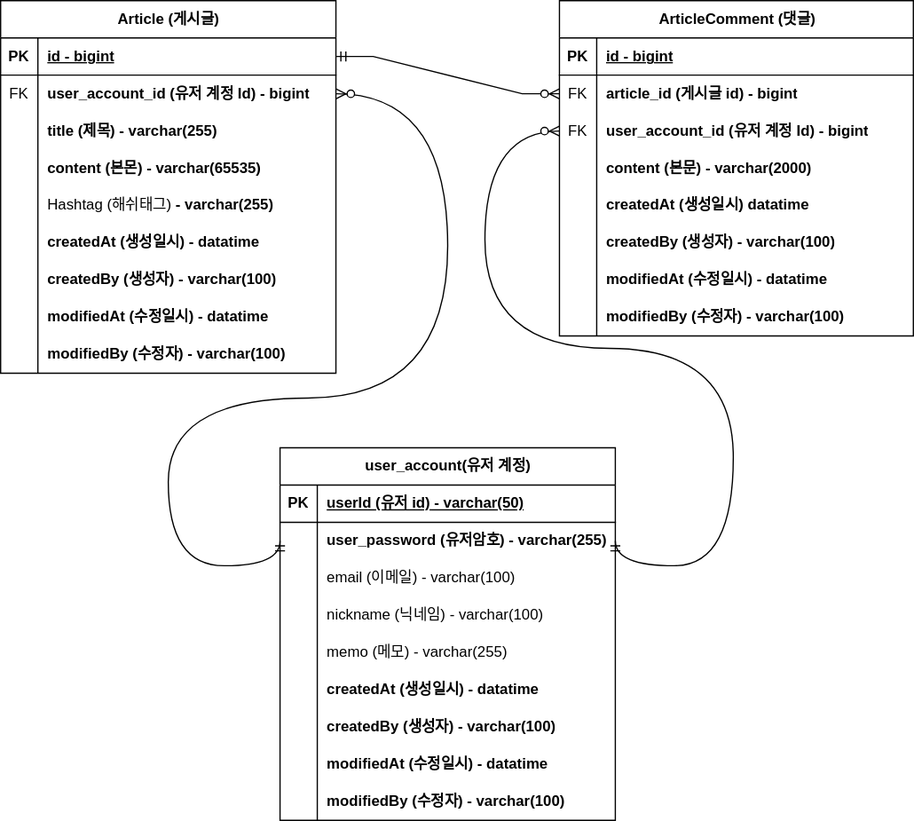
Earlier version of the draw.io export document/project-board-erd.svg (sungin95/fastcampus-project-board). Source tidied: cells renumbered, new cells last; positions are measured from the earlier drawing's top-left corner, leaving out a move shared by most shapes.
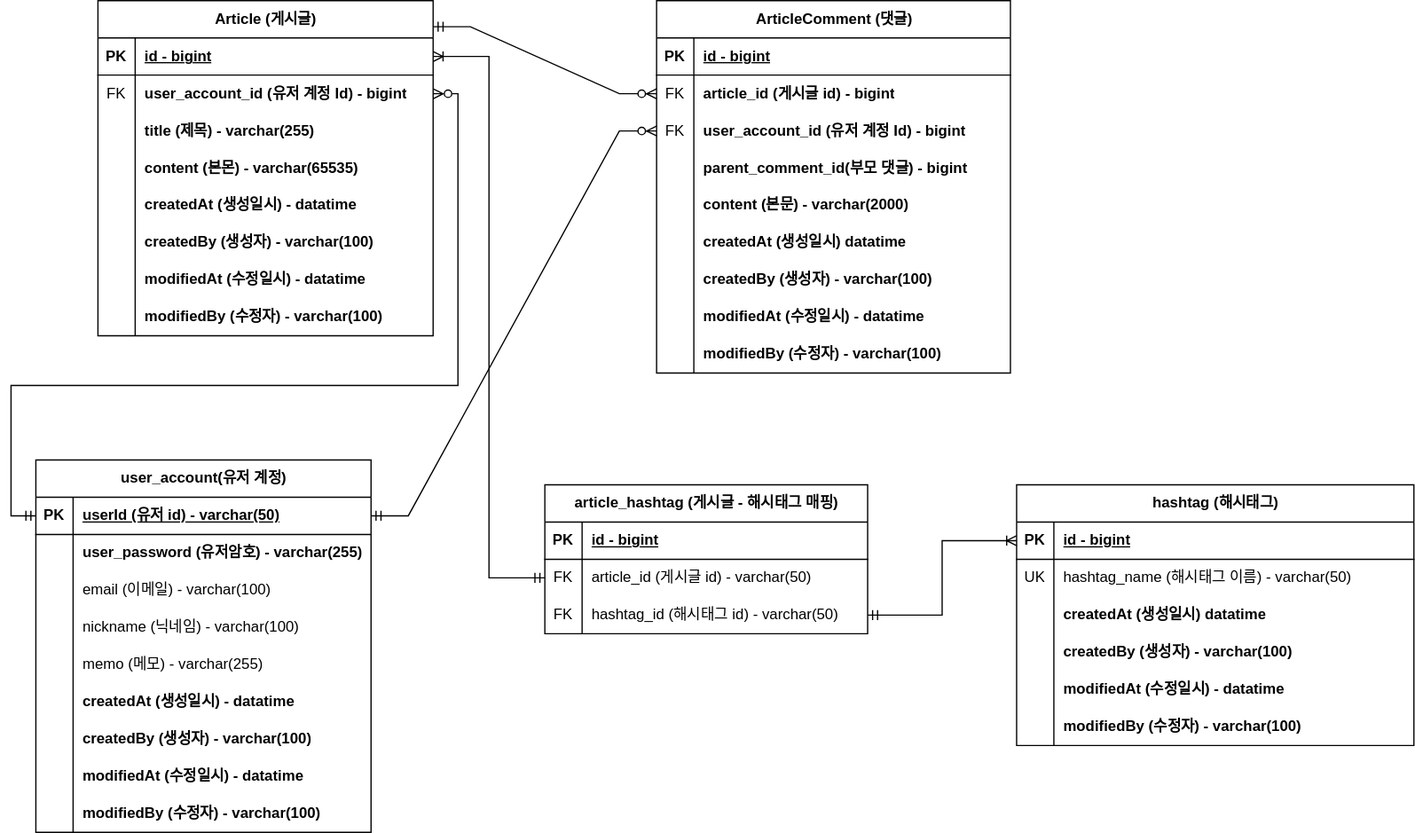
After the commit.

Commit message:
#51 - project-board-erd.svg 업데이트: 대댓글, 해시태그

What changed in the source:
```diff
@@ -5,3 +5,3 @@
     <mxCell id="2" value="Article (게시글)" style="shape=table;startSize=30;rowLines=0;fontStyle=1;align=center;html=1;" parent="1" vertex="1">
-      <mxGeometry width="270" height="300" as="geometry" />
+      <mxGeometry width="270" height="270" as="geometry" />
     </mxCell>
@@ -43,13 +43,4 @@
     </mxCell>
-    <mxCell id="15" style="shape=tableRow;horizontal=0;startSize=0;swimlaneHead=0;swimlaneBody=0;fillColor=none;top=0;left=0;right=0;bottom=0;" parent="2" vertex="1">
-      <mxGeometry y="150" width="270" height="30" as="geometry" />
-    </mxCell>
-    <mxCell id="16" style="shape=partialRectangle;fillColor=none;top=0;left=0;bottom=0;right=0;overflow=hidden;whiteSpace=wrap;html=1;" parent="15" vertex="1">
-      <mxGeometry width="30" height="30" as="geometry" />
-    </mxCell>
-    <mxCell id="17" value="Hashtag (해쉬태그)&amp;nbsp;&lt;b style=&quot;border-color: var(--border-color);&quot;&gt;- varchar(255)&lt;/b&gt;" style="shape=partialRectangle;fillColor=none;top=0;left=0;bottom=0;right=0;align=left;spacingLeft=6;overflow=hidden;whiteSpace=wrap;html=1;" parent="15" vertex="1">
-      <mxGeometry x="30" width="240" height="30" as="geometry" />
-    </mxCell>
     <mxCell id="18" style="shape=tableRow;horizontal=0;startSize=0;swimlaneHead=0;swimlaneBody=0;fillColor=none;top=0;left=0;right=0;bottom=0;" parent="2" vertex="1">
-      <mxGeometry y="180" width="270" height="30" as="geometry" />
+      <mxGeometry y="150" width="270" height="30" as="geometry" />
     </mxCell>
@@ -62,3 +53,3 @@
     <mxCell id="21" style="shape=tableRow;horizontal=0;startSize=0;swimlaneHead=0;swimlaneBody=0;fillColor=none;top=0;left=0;right=0;bottom=0;" parent="2" vertex="1">
-      <mxGeometry y="210" width="270" height="30" as="geometry" />
+      <mxGeometry y="180" width="270" height="30" as="geometry" />
     </mxCell>
@@ -71,3 +62,3 @@
     <mxCell id="24" style="shape=tableRow;horizontal=0;startSize=0;swimlaneHead=0;swimlaneBody=0;fillColor=none;top=0;left=0;right=0;bottom=0;" parent="2" vertex="1">
-      <mxGeometry y="240" width="270" height="30" as="geometry" />
+      <mxGeometry y="210" width="270" height="30" as="geometry" />
     </mxCell>
@@ -80,3 +71,3 @@
     <mxCell id="27" style="shape=tableRow;horizontal=0;startSize=0;swimlaneHead=0;swimlaneBody=0;fillColor=none;top=0;left=0;right=0;bottom=0;" parent="2" vertex="1">
-      <mxGeometry y="270" width="270" height="30" as="geometry" />
+      <mxGeometry y="240" width="270" height="30" as="geometry" />
     </mxCell>
@@ -89,3 +80,3 @@
     <mxCell id="30" value="ArticleComment (댓글)" style="shape=table;startSize=30;rowLines=0;fontStyle=1;align=center;html=1;" parent="1" vertex="1">
-      <mxGeometry x="450" width="285" height="270" as="geometry" />
+      <mxGeometry x="450" width="285" height="300" as="geometry" />
     </mxCell>
@@ -118,4 +109,13 @@
     </mxCell>
+    <mxCell id="86" style="shape=tableRow;horizontal=0;startSize=0;swimlaneHead=0;swimlaneBody=0;fillColor=none;top=0;left=0;right=0;bottom=0;" parent="30" vertex="1">
+      <mxGeometry y="120" width="285" height="30" as="geometry" />
+    </mxCell>
+    <mxCell id="87" style="shape=partialRectangle;fillColor=none;top=0;left=0;bottom=0;right=0;overflow=hidden;whiteSpace=wrap;html=1;" parent="86" vertex="1">
+      <mxGeometry width="30" height="30" as="geometry" />
+    </mxCell>
+    <mxCell id="88" value="&lt;b&gt;parent_comment_id(부모 댓글) - bigint&lt;/b&gt;" style="shape=partialRectangle;fillColor=none;top=0;left=0;bottom=0;right=0;align=left;spacingLeft=6;overflow=hidden;whiteSpace=wrap;html=1;" parent="86" vertex="1">
+      <mxGeometry x="30" width="255" height="30" as="geometry" />
+    </mxCell>
     <mxCell id="40" style="shape=tableRow;horizontal=0;startSize=0;swimlaneHead=0;swimlaneBody=0;fillColor=none;top=0;left=0;right=0;bottom=0;" parent="30" vertex="1">
-      <mxGeometry y="120" width="285" height="30" as="geometry" />
+      <mxGeometry y="150" width="285" height="30" as="geometry" />
     </mxCell>
@@ -128,3 +128,3 @@
     <mxCell id="43" style="shape=tableRow;horizontal=0;startSize=0;swimlaneHead=0;swimlaneBody=0;fillColor=none;top=0;left=0;right=0;bottom=0;" parent="30" vertex="1">
-      <mxGeometry y="150" width="285" height="30" as="geometry" />
+      <mxGeometry y="180" width="285" height="30" as="geometry" />
     </mxCell>
@@ -137,3 +137,3 @@
     <mxCell id="46" style="shape=tableRow;horizontal=0;startSize=0;swimlaneHead=0;swimlaneBody=0;fillColor=none;top=0;left=0;right=0;bottom=0;" parent="30" vertex="1">
-      <mxGeometry y="180" width="285" height="30" as="geometry" />
+      <mxGeometry y="210" width="285" height="30" as="geometry" />
     </mxCell>
@@ -146,3 +146,3 @@
     <mxCell id="49" style="shape=tableRow;horizontal=0;startSize=0;swimlaneHead=0;swimlaneBody=0;fillColor=none;top=0;left=0;right=0;bottom=0;" parent="30" vertex="1">
-      <mxGeometry y="210" width="285" height="30" as="geometry" />
+      <mxGeometry y="240" width="285" height="30" as="geometry" />
     </mxCell>
@@ -155,3 +155,3 @@
     <mxCell id="52" style="shape=tableRow;horizontal=0;startSize=0;swimlaneHead=0;swimlaneBody=0;fillColor=none;top=0;left=0;right=0;bottom=0;" parent="30" vertex="1">
-      <mxGeometry y="240" width="285" height="30" as="geometry" />
+      <mxGeometry y="270" width="285" height="30" as="geometry" />
     </mxCell>
@@ -163,7 +163,4 @@
     </mxCell>
-    <mxCell id="55" style="edgeStyle=entityRelationEdgeStyle;fontSize=12;html=1;endArrow=ERzeroToMany;startArrow=ERmandOne;rounded=0;exitX=1;exitY=0.5;exitDx=0;exitDy=0;entryX=0;entryY=0.5;entryDx=0;entryDy=0;" parent="1" edge="1" source="3" target="34">
-      <mxGeometry relative="1" as="geometry" />
-    </mxCell>
     <mxCell id="56" value="user_account(유저 계정)" style="shape=table;startSize=30;rowLines=0;fontStyle=1;align=center;html=1;" parent="1" vertex="1">
-      <mxGeometry x="225" y="360" width="270" height="300" as="geometry" />
+      <mxGeometry x="-50" y="370" width="270" height="300" as="geometry" />
     </mxCell>
@@ -250,24 +247,123 @@
     </mxCell>
-    <mxCell id="84" style="edgeStyle=orthogonalEdgeStyle;fontSize=12;html=1;endArrow=ERzeroToMany;startArrow=ERmandOne;rounded=0;exitX=1;exitY=0.5;exitDx=0;exitDy=0;entryX=0;entryY=0.5;entryDx=0;entryDy=0;curved=1;" parent="1" edge="1" target="37">
-      <mxGeometry relative="1" as="geometry">
-        <mxPoint x="495" y="435" as="sourcePoint" />
-        <Array as="points">
-          <mxPoint x="590" y="455" />
-          <mxPoint x="590" y="280" />
-          <mxPoint x="390" y="280" />
-          <mxPoint x="390" y="105" />
-        </Array>
-      </mxGeometry>
-    </mxCell>
-    <mxCell id="85" style="edgeStyle=orthogonalEdgeStyle;fontSize=12;html=1;endArrow=ERzeroToMany;startArrow=ERmandOne;rounded=0;exitX=0;exitY=0.5;exitDx=0;exitDy=0;curved=1;" parent="1" edge="1" target="6">
-      <mxGeometry relative="1" as="geometry">
-        <mxPoint x="225" y="435" as="sourcePoint" />
-        <Array as="points">
-          <mxPoint x="135" y="455" />
-          <mxPoint x="135" y="320" />
-          <mxPoint x="360" y="320" />
-          <mxPoint x="360" y="75" />
-        </Array>
-      </mxGeometry>
-    </mxCell>
+    <mxCell id="89" value="article_hashtag (게시글 - 해시태그 매핑)" style="shape=table;startSize=30;rowLines=0;fontStyle=1;align=center;html=1;" parent="1" vertex="1">
+      <mxGeometry x="360" y="390" width="260" height="120" as="geometry" />
+    </mxCell>
+    <mxCell id="90" style="shape=tableRow;horizontal=0;startSize=0;swimlaneHead=0;swimlaneBody=0;fillColor=none;top=0;left=0;right=0;bottom=1;" parent="89" vertex="1">
+      <mxGeometry y="30" width="260" height="30" as="geometry" />
+    </mxCell>
+    <mxCell id="91" value="PK" style="shape=partialRectangle;fillColor=none;top=0;left=0;bottom=0;right=0;fontStyle=1;overflow=hidden;whiteSpace=wrap;html=1;" parent="90" vertex="1">
+      <mxGeometry width="30" height="30" as="geometry" />
+    </mxCell>
+    <mxCell id="92" value="id - bigint" style="shape=partialRectangle;fillColor=none;top=0;left=0;bottom=0;right=0;align=left;spacingLeft=6;fontStyle=5;overflow=hidden;whiteSpace=wrap;html=1;" parent="90" vertex="1">
+      <mxGeometry x="30" width="230" height="30" as="geometry" />
+    </mxCell>
+    <mxCell id="93" style="shape=tableRow;horizontal=0;startSize=0;swimlaneHead=0;swimlaneBody=0;fillColor=none;points=[[0,0.5],[1,0.5]];portConstraint=eastwest;top=0;left=0;right=0;bottom=0;" parent="89" vertex="1">
+      <mxGeometry y="60" width="260" height="30" as="geometry" />
+    </mxCell>
+    <mxCell id="94" value="FK" style="shape=partialRectangle;fillColor=none;top=0;left=0;bottom=0;right=0;overflow=hidden;whiteSpace=wrap;html=1;" parent="93" vertex="1">
+      <mxGeometry width="30" height="30" as="geometry" />
+    </mxCell>
+    <mxCell id="95" value="article_id (게시글 id) - varchar(50)" style="shape=partialRectangle;fillColor=none;top=0;left=0;bottom=0;right=0;align=left;spacingLeft=6;overflow=hidden;whiteSpace=wrap;html=1;" parent="93" vertex="1">
+      <mxGeometry x="30" width="230" height="30" as="geometry" />
+    </mxCell>
+    <mxCell id="96" style="shape=tableRow;horizontal=0;startSize=0;swimlaneHead=0;swimlaneBody=0;fillColor=none;points=[[0,0.5],[1,0.5]];portConstraint=eastwest;top=0;left=0;right=0;bottom=0;" parent="89" vertex="1">
+      <mxGeometry y="90" width="260" height="30" as="geometry" />
+    </mxCell>
+    <mxCell id="97" value="FK" style="shape=partialRectangle;fillColor=none;top=0;left=0;bottom=0;right=0;overflow=hidden;whiteSpace=wrap;html=1;" parent="96" vertex="1">
+      <mxGeometry width="30" height="30" as="geometry" />
+    </mxCell>
+    <mxCell id="98" value="hashtag_id (해시태그 id) - varchar(50)" style="shape=partialRectangle;fillColor=none;top=0;left=0;bottom=0;right=0;align=left;spacingLeft=6;overflow=hidden;whiteSpace=wrap;html=1;" parent="96" vertex="1">
+      <mxGeometry x="30" width="230" height="30" as="geometry" />
+    </mxCell>
+    <mxCell id="99" value="hashtag (해시태그)" style="shape=table;startSize=30;rowLines=0;fontStyle=1;align=center;html=1;" parent="1" vertex="1">
+      <mxGeometry x="740" y="390" width="320" height="210" as="geometry" />
+    </mxCell>
+    <mxCell id="100" style="shape=tableRow;horizontal=0;startSize=0;swimlaneHead=0;swimlaneBody=0;fillColor=none;points=[[0,0.5],[1,0.5]];portConstraint=eastwest;top=0;left=0;right=0;bottom=1;" parent="99" vertex="1">
+      <mxGeometry y="30" width="320" height="30" as="geometry" />
+    </mxCell>
+    <mxCell id="101" value="PK" style="shape=partialRectangle;fillColor=none;top=0;left=0;bottom=0;right=0;fontStyle=1;overflow=hidden;whiteSpace=wrap;html=1;" parent="100" vertex="1">
+      <mxGeometry width="30" height="30" as="geometry" />
+    </mxCell>
+    <mxCell id="102" value="id - bigint" style="shape=partialRectangle;fillColor=none;top=0;left=0;bottom=0;right=0;align=left;spacingLeft=6;fontStyle=5;overflow=hidden;whiteSpace=wrap;html=1;" parent="100" vertex="1">
+      <mxGeometry x="30" width="290" height="30" as="geometry" />
+    </mxCell>
+    <mxCell id="103" style="shape=tableRow;horizontal=0;startSize=0;swimlaneHead=0;swimlaneBody=0;fillColor=none;top=0;left=0;right=0;bottom=0;" parent="99" vertex="1">
+      <mxGeometry y="60" width="320" height="30" as="geometry" />
+    </mxCell>
+    <mxCell id="104" value="UK" style="shape=partialRectangle;fillColor=none;top=0;left=0;bottom=0;right=0;overflow=hidden;whiteSpace=wrap;html=1;" parent="103" vertex="1">
+      <mxGeometry width="30" height="30" as="geometry" />
+    </mxCell>
+    <mxCell id="105" value="hashtag_name (해시태그 이름) - varchar(50)" style="shape=partialRectangle;fillColor=none;top=0;left=0;bottom=0;right=0;align=left;spacingLeft=6;overflow=hidden;whiteSpace=wrap;html=1;" parent="103" vertex="1">
+      <mxGeometry x="30" width="290" height="30" as="geometry" />
+    </mxCell>
+    <mxCell id="106" style="shape=tableRow;horizontal=0;startSize=0;swimlaneHead=0;swimlaneBody=0;fillColor=none;top=0;left=0;right=0;bottom=0;" parent="99" vertex="1">
+      <mxGeometry y="90" width="320" height="30" as="geometry" />
+    </mxCell>
+    <mxCell id="107" style="shape=partialRectangle;fillColor=none;top=0;left=0;bottom=0;right=0;overflow=hidden;whiteSpace=wrap;html=1;" parent="106" vertex="1">
+      <mxGeometry width="30" height="30" as="geometry" />
+    </mxCell>
+    <mxCell id="108" value="&lt;b style=&quot;border-color: var(--border-color);&quot;&gt;createdAt (생성일시) datatime&lt;/b&gt;" style="shape=partialRectangle;fillColor=none;top=0;left=0;bottom=0;right=0;align=left;spacingLeft=6;overflow=hidden;whiteSpace=wrap;html=1;" parent="106" vertex="1">
+      <mxGeometry x="30" width="290" height="30" as="geometry" />
+    </mxCell>
+    <mxCell id="109" style="shape=tableRow;horizontal=0;startSize=0;swimlaneHead=0;swimlaneBody=0;fillColor=none;top=0;left=0;right=0;bottom=0;" parent="99" vertex="1">
+      <mxGeometry y="120" width="320" height="30" as="geometry" />
+    </mxCell>
+    <mxCell id="110" style="shape=partialRectangle;fillColor=none;top=0;left=0;bottom=0;right=0;overflow=hidden;whiteSpace=wrap;html=1;" parent="109" vertex="1">
+      <mxGeometry width="30" height="30" as="geometry" />
+    </mxCell>
+    <mxCell id="111" value="&lt;b style=&quot;border-color: var(--border-color);&quot;&gt;createdBy (생성자)&amp;nbsp;&lt;/b&gt;&lt;b style=&quot;border-color: var(--border-color);&quot;&gt;- varchar(100)&lt;/b&gt;" style="shape=partialRectangle;fillColor=none;top=0;left=0;bottom=0;right=0;align=left;spacingLeft=6;overflow=hidden;whiteSpace=wrap;html=1;" parent="109" vertex="1">
+      <mxGeometry x="30" width="290" height="30" as="geometry" />
+    </mxCell>
+    <mxCell id="112" style="shape=tableRow;horizontal=0;startSize=0;swimlaneHead=0;swimlaneBody=0;fillColor=none;top=0;left=0;right=0;bottom=0;" parent="99" vertex="1">
+      <mxGeometry y="150" width="320" height="30" as="geometry" />
+    </mxCell>
+    <mxCell id="113" style="shape=partialRectangle;fillColor=none;top=0;left=0;bottom=0;right=0;overflow=hidden;whiteSpace=wrap;html=1;" parent="112" vertex="1">
+      <mxGeometry width="30" height="30" as="geometry" />
+    </mxCell>
+    <mxCell id="114" value="&lt;b style=&quot;border-color: var(--border-color);&quot;&gt;modifiedAt (수정일시) - datatime&lt;/b&gt;" style="shape=partialRectangle;fillColor=none;top=0;left=0;bottom=0;right=0;align=left;spacingLeft=6;overflow=hidden;whiteSpace=wrap;html=1;" parent="112" vertex="1">
+      <mxGeometry x="30" width="290" height="30" as="geometry" />
+    </mxCell>
+    <mxCell id="115" style="shape=tableRow;horizontal=0;startSize=0;swimlaneHead=0;swimlaneBody=0;fillColor=none;top=0;left=0;right=0;bottom=0;" parent="99" vertex="1">
+      <mxGeometry y="180" width="320" height="30" as="geometry" />
+    </mxCell>
+    <mxCell id="116" style="shape=partialRectangle;fillColor=none;top=0;left=0;bottom=0;right=0;overflow=hidden;whiteSpace=wrap;html=1;" parent="115" vertex="1">
+      <mxGeometry width="30" height="30" as="geometry" />
+    </mxCell>
+    <mxCell id="117" value="&lt;b style=&quot;border-color: var(--border-color);&quot;&gt;modifiedBy (수정자)&amp;nbsp;&lt;/b&gt;&lt;b style=&quot;border-color: var(--border-color);&quot;&gt;- varchar(100)&lt;/b&gt;" style="shape=partialRectangle;fillColor=none;top=0;left=0;bottom=0;right=0;align=left;spacingLeft=6;overflow=hidden;whiteSpace=wrap;html=1;" parent="115" vertex="1">
+      <mxGeometry x="30" width="290" height="30" as="geometry" />
+    </mxCell>
+    <mxCell id="118" style="shape=tableRow;horizontal=0;startSize=0;swimlaneHead=0;swimlaneBody=0;fillColor=none;top=0;left=0;right=0;bottom=0;" parent="1" vertex="1">
+      <mxGeometry x="770" y="220" width="285" height="30" as="geometry" />
+    </mxCell>
+    <mxCell id="119" style="shape=partialRectangle;fillColor=none;top=0;left=0;bottom=0;right=0;overflow=hidden;whiteSpace=wrap;html=1;" parent="118" vertex="1">
+      <mxGeometry width="30" height="30" as="geometry" />
+    </mxCell>
+    <mxCell id="120" style="shape=tableRow;horizontal=0;startSize=0;swimlaneHead=0;swimlaneBody=0;fillColor=none;top=0;left=0;right=0;bottom=0;" parent="1" vertex="1">
+      <mxGeometry x="770" y="280" width="285" height="30" as="geometry" />
+    </mxCell>
+    <mxCell id="121" style="shape=partialRectangle;fillColor=none;top=0;left=0;bottom=0;right=0;overflow=hidden;whiteSpace=wrap;html=1;" parent="120" vertex="1">
+      <mxGeometry width="30" height="30" as="geometry" />
+    </mxCell>
+    <mxCell id="122" style="edgeStyle=entityRelationEdgeStyle;fontSize=12;html=1;endArrow=ERzeroToMany;startArrow=ERmandOne;rounded=0;entryX=0;entryY=0.5;entryDx=0;entryDy=0;exitX=1;exitY=0.078;exitDx=0;exitDy=0;exitPerimeter=0;" parent="1" edge="1" source="2" target="34">
+      <mxGeometry relative="1" as="geometry" />
+    </mxCell>
+    <mxCell id="123" style="edgeStyle=entityRelationEdgeStyle;fontSize=12;html=1;endArrow=ERzeroToMany;startArrow=ERmandOne;rounded=0;entryX=0;entryY=0.5;entryDx=0;entryDy=0;exitX=1;exitY=0.5;exitDx=0;exitDy=0;" parent="1" edge="1" source="57" target="37">
+      <mxGeometry relative="1" as="geometry" />
+    </mxCell>
+    <mxCell id="124" style="edgeStyle=orthogonalEdgeStyle;rounded=0;jettySize=auto;html=1;exitX=1;exitY=0.5;exitDx=0;exitDy=0;entryX=0;entryY=0.5;entryDx=0;entryDy=0;endArrow=ERmandOne;endFill=0;startArrow=ERzeroToMany;startFill=0;" parent="1" edge="1" source="6" target="57">
+      <mxGeometry relative="1" as="geometry">
+        <Array as="points">
+          <mxPoint x="290" y="75" />
+          <mxPoint x="290" y="310" />
+          <mxPoint x="-70" y="310" />
+          <mxPoint x="-70" y="415" />
+        </Array>
+      </mxGeometry>
+    </mxCell>
+    <mxCell id="125" style="edgeStyle=orthogonalEdgeStyle;rounded=0;jettySize=auto;html=1;entryX=0;entryY=0.5;entryDx=0;entryDy=0;endArrow=ERmandOne;endFill=0;startArrow=ERoneToMany;startFill=0;exitX=1;exitY=0.5;exitDx=0;exitDy=0;" parent="1" edge="1" source="3" target="93">
+      <mxGeometry relative="1" as="geometry" />
+    </mxCell>
+    <mxCell id="126" style="edgeStyle=orthogonalEdgeStyle;rounded=0;jettySize=auto;html=1;exitX=1;exitY=0.5;exitDx=0;exitDy=0;entryX=0;entryY=0.5;entryDx=0;entryDy=0;endArrow=ERoneToMany;endFill=0;startArrow=ERmandOne;startFill=0;" parent="1" edge="1" source="96" target="100">
+      <mxGeometry relative="1" as="geometry" />
+    </mxCell>
   </root>
```
